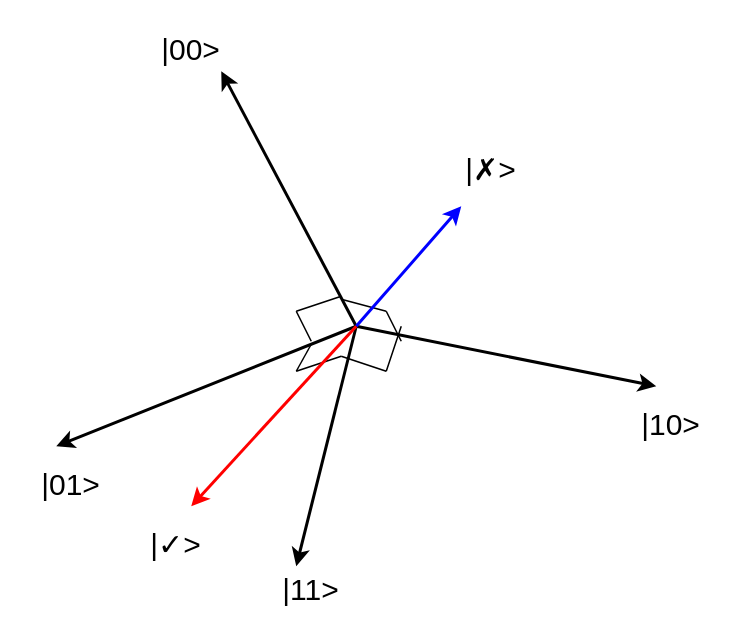
This is grover.drawio from derwind/draw.io, a draw.io file, before an edit. Source tidied: cells renumbered, new cells numbered last; positions are measured from the earlier drawing's top-left corner, leaving out a move shared by most shapes. Both pictures are drawn from the tidied source at 150%, with x=0, y=0 at pixel (26, 26).
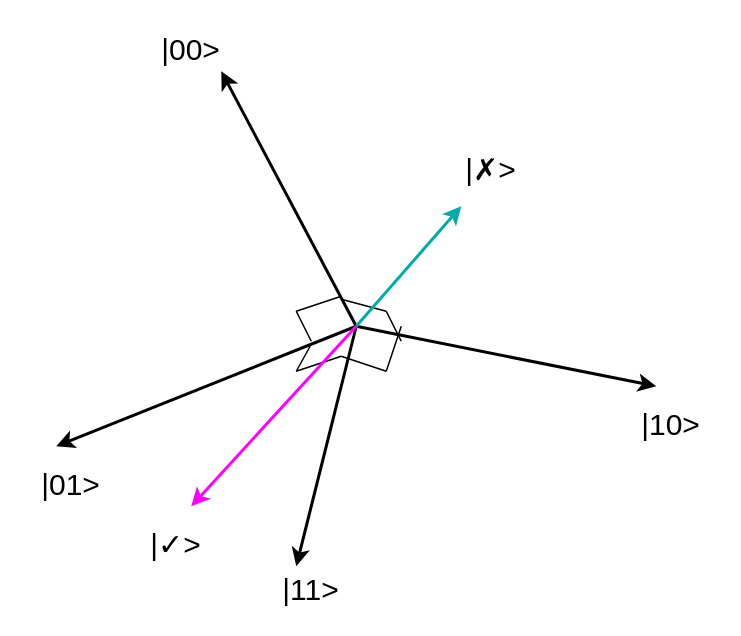
The same page after the edit.

Change to the diagram source:
```diff
@@
-    <mxCell id="18" style="endArrow=classic;html=1;rounded=0;strokeWidth=2;strokeColor=#0000ff;" parent="1" edge="1">
+    <mxCell id="18" style="endArrow=classic;html=1;rounded=0;strokeWidth=2;strokeColor=#00aaaa;" parent="1" edge="1">
       <mxGeometry relative="1" as="geometry">
         <mxPoint x="220" y="200" as="sourcePoint" />
         <mxPoint x="290" y="120" as="targetPoint" />
       </mxGeometry>
     </mxCell>
-    <mxCell id="19" style="endArrow=classic;html=1;rounded=0;strokeWidth=2;strokeColor=#ff0000;" parent="1" edge="1">
+    <mxCell id="19" style="endArrow=classic;html=1;rounded=0;strokeWidth=2;strokeColor=#FF00ff;" parent="1" edge="1">
       <mxGeometry relative="1" as="geometry">
         <mxPoint x="220" y="200" as="sourcePoint" />
         <mxPoint x="110" y="320" as="targetPoint" />
       </mxGeometry>
     </mxCell>
```
